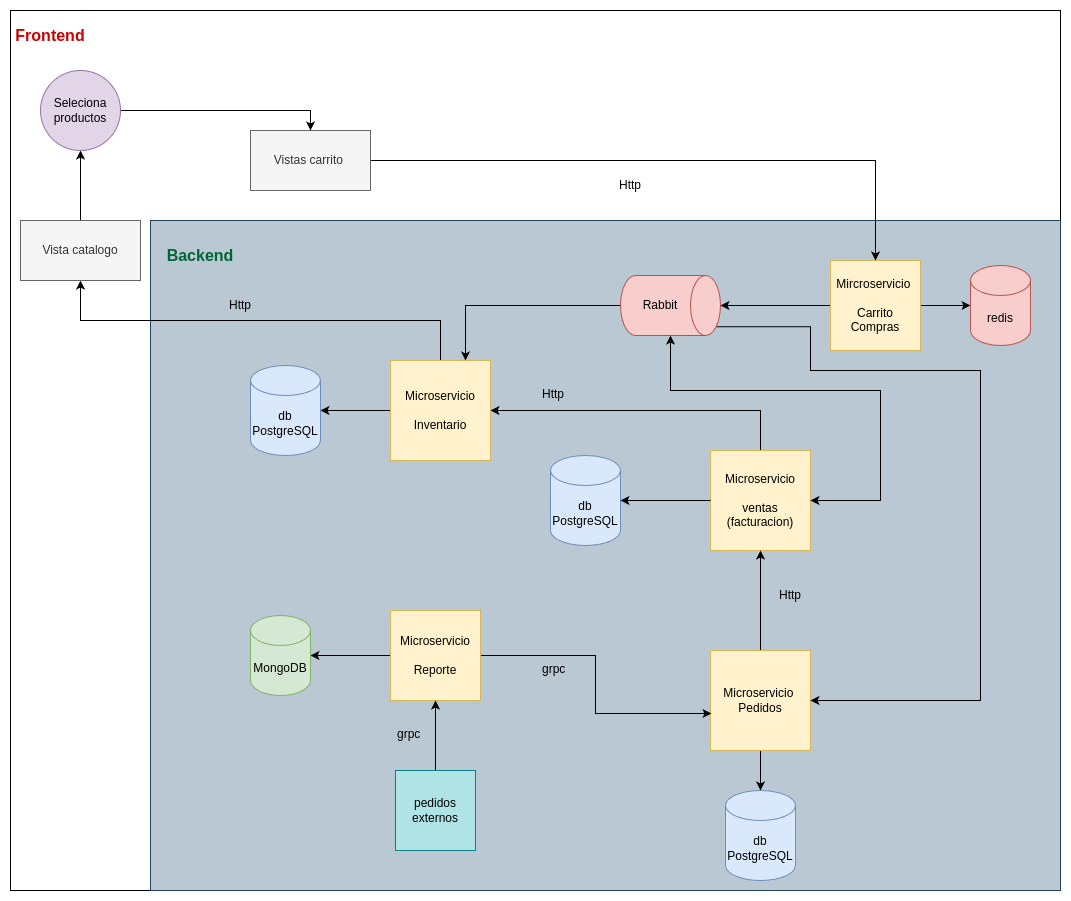
The draw.io diagram Diagramas/UML/Arquitectura/Arquitectura.png in Gilgamesh06/Ecommerce, before a commit. Source tidied: cells renumbered, new cells last; positions are measured from the earlier drawing's top-left corner, leaving out a move shared by most shapes.
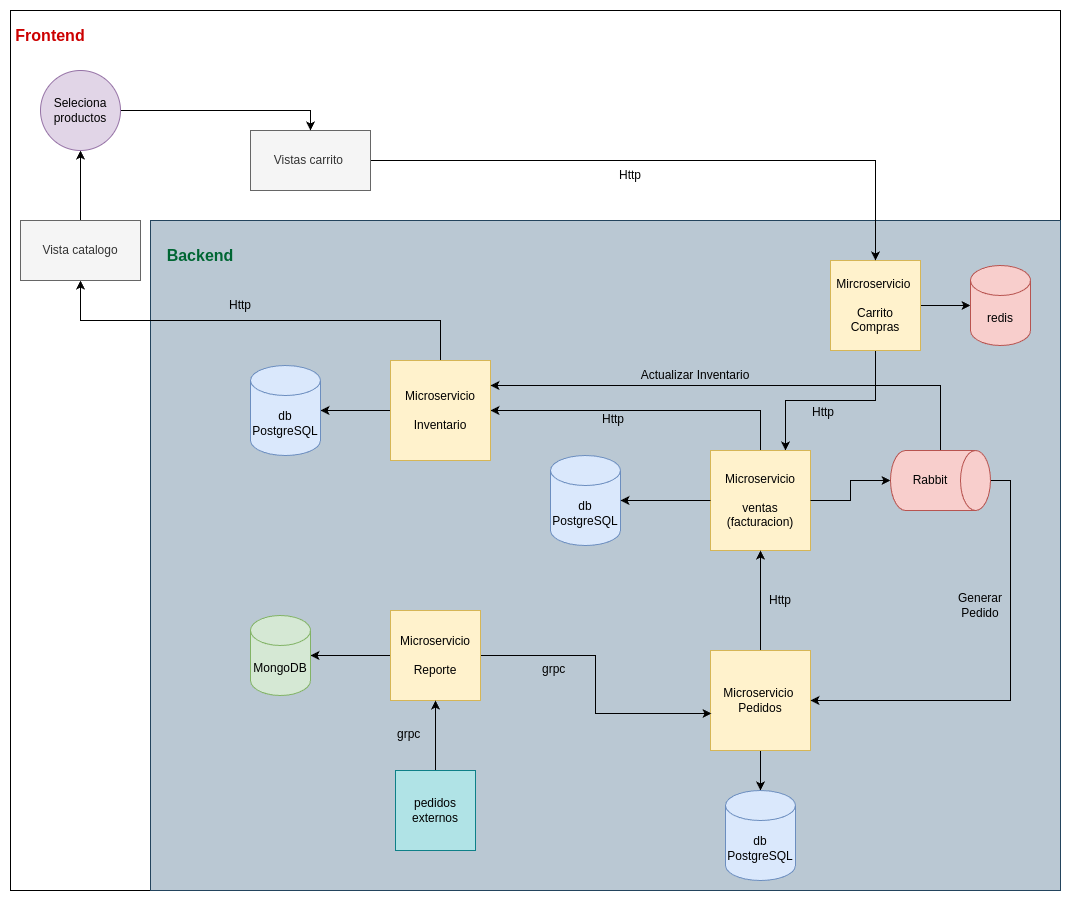
The same file after the commit.

Commit message:
Se agrego el diagrama db carrito y se actualizo el diagrama de arquitectura.

What changed in the source:
```diff
@@ -11,9 +11,9 @@
     <mxCell id="4" style="edgeStyle=orthogonalEdgeStyle;rounded=0;jettySize=auto;html=1;exitX=1;exitY=0.5;exitDx=0;exitDy=0;" parent="1" edge="1" source="6" target="19">
       <mxGeometry relative="1" as="geometry" />
     </mxCell>
-    <mxCell id="5" style="edgeStyle=orthogonalEdgeStyle;rounded=0;jettySize=auto;html=1;exitX=0;exitY=0.5;exitDx=0;exitDy=0;" parent="1" edge="1" source="6" target="29">
-      <mxGeometry relative="1" as="geometry" />
-    </mxCell>
+    <mxCell id="45" style="edgeStyle=orthogonalEdgeStyle;rounded=0;jettySize=auto;html=1;exitX=0.5;exitY=1;exitDx=0;exitDy=0;entryX=0.75;entryY=0;entryDx=0;entryDy=0;" parent="1" edge="1" source="6" target="8">
+      <mxGeometry relative="1" as="geometry" />
+    </mxCell>
     <mxCell id="6" value="Mircroservicio&amp;nbsp;&lt;div&gt;&lt;br&gt;&lt;/div&gt;&lt;div&gt;Carrito Compras&lt;/div&gt;" style="whiteSpace=wrap;html=1;fillColor=#fff2cc;strokeColor=#d6b656;" parent="1" vertex="1">
       <mxGeometry x="820" y="250" width="90" height="90" as="geometry" />
     </mxCell>
@@ -77,24 +77,17 @@
     <mxCell id="26" value="MongoDB" style="shape=cylinder3;whiteSpace=wrap;html=1;boundedLbl=1;backgroundOutline=1;size=15;fillColor=#d5e8d4;strokeColor=#82b366;" parent="1" vertex="1">
       <mxGeometry x="240" y="605" width="60" height="80" as="geometry" />
     </mxCell>
+    <mxCell id="28" style="edgeStyle=orthogonalEdgeStyle;rounded=0;jettySize=auto;html=1;exitX=0.5;exitY=0;exitDx=0;exitDy=0;exitPerimeter=0;entryX=1;entryY=0.5;entryDx=0;entryDy=0;" parent="1" edge="1" source="29" target="11">
+      <mxGeometry relative="1" as="geometry" />
+    </mxCell>
-    <mxCell id="27" style="edgeStyle=orthogonalEdgeStyle;rounded=0;jettySize=auto;html=1;exitX=0.5;exitY=1;exitDx=0;exitDy=0;exitPerimeter=0;entryX=0.75;entryY=0;entryDx=0;entryDy=0;" parent="1" edge="1" source="29" target="14">
+    <mxCell id="27" style="edgeStyle=orthogonalEdgeStyle;rounded=0;jettySize=auto;html=1;exitX=0;exitY=0.5;exitDx=0;exitDy=0;exitPerimeter=0;entryX=1;entryY=0.25;entryDx=0;entryDy=0;" parent="1" edge="1" source="29" target="14">
       <mxGeometry relative="1" as="geometry" />
     </mxCell>
-    <mxCell id="28" style="edgeStyle=orthogonalEdgeStyle;rounded=0;jettySize=auto;html=1;exitX=0.855;exitY=0;exitDx=0;exitDy=4.35;exitPerimeter=0;entryX=1;entryY=0.5;entryDx=0;entryDy=0;" parent="1" edge="1" source="29" target="11">
-      <mxGeometry relative="1" as="geometry">
-        <Array as="points">
-          <mxPoint x="800" y="316" />
-          <mxPoint x="800" y="360" />
-          <mxPoint x="970" y="360" />
-          <mxPoint x="970" y="690" />
-        </Array>
-      </mxGeometry>
-    </mxCell>
     <mxCell id="29" style="shape=cylinder3;whiteSpace=wrap;html=1;boundedLbl=1;backgroundOutline=1;size=15;rotation=90;fillColor=#f8cecc;strokeColor=#b85450;" parent="1" vertex="1">
-      <mxGeometry x="630" y="245" width="60" height="100" as="geometry" />
+      <mxGeometry x="900" y="420" width="60" height="100" as="geometry" />
     </mxCell>
     <mxCell id="30" value="Rabbit" style="text;html=1;align=center;verticalAlign=middle;whiteSpace=wrap;rounded=0;" parent="1" vertex="1">
-      <mxGeometry x="620" y="280" width="60" height="30" as="geometry" />
+      <mxGeometry x="890" y="455" width="60" height="30" as="geometry" />
     </mxCell>
     <mxCell id="31" style="edgeStyle=orthogonalEdgeStyle;rounded=0;jettySize=auto;html=1;exitX=0.5;exitY=0;exitDx=0;exitDy=0;entryX=0.5;entryY=1;entryDx=0;entryDy=0;" parent="1" edge="1" source="32" target="17">
       <mxGeometry relative="1" as="geometry" />
@@ -103,7 +96,7 @@
       <mxGeometry x="385" y="760" width="80" height="80" as="geometry" />
     </mxCell>
     <mxCell id="33" value="&lt;div style=&quot;text-align: center;&quot;&gt;&lt;span&gt;Http&lt;/span&gt;&lt;/div&gt;" style="text;whiteSpace=wrap;html=1;" parent="1" vertex="1">
-      <mxGeometry x="530" y="370" width="50" height="25" as="geometry" />
+      <mxGeometry x="590" y="395" width="50" height="25" as="geometry" />
     </mxCell>
     <mxCell id="34" value="&lt;span style=&quot;color: rgb(0, 0, 0); font-family: Helvetica; font-size: 12px; font-style: normal; font-variant-ligatures: normal; font-variant-caps: normal; font-weight: 400; letter-spacing: normal; orphans: 2; text-align: center; text-indent: 0px; text-transform: none; widows: 2; word-spacing: 0px; -webkit-text-stroke-width: 0px; white-space: normal; text-decoration-thickness: initial; text-decoration-style: initial; text-decoration-color: initial; float: none; display: inline !important;&quot;&gt;grpc&lt;/span&gt;" style="text;whiteSpace=wrap;html=1;" parent="1" vertex="1">
       <mxGeometry x="530" y="645" width="60" height="40" as="geometry" />
@@ -115,7 +108,7 @@
       <mxGeometry x="200" y="280" width="60" height="30" as="geometry" />
     </mxCell>
     <mxCell id="37" value="Http" style="text;html=1;align=center;verticalAlign=middle;whiteSpace=wrap;rounded=0;" parent="1" vertex="1">
-      <mxGeometry x="590" y="160" width="60" height="30" as="geometry" />
+      <mxGeometry x="590" y="150" width="60" height="30" as="geometry" />
     </mxCell>
     <mxCell id="38" value="db PostgreSQL" style="shape=cylinder3;whiteSpace=wrap;html=1;boundedLbl=1;backgroundOutline=1;size=15;fillColor=#dae8fc;strokeColor=#6c8ebf;" parent="1" vertex="1">
       <mxGeometry x="540" y="445" width="70" height="90" as="geometry" />
@@ -126,15 +119,6 @@
     <mxCell id="40" value="db PostgreSQL" style="shape=cylinder3;whiteSpace=wrap;html=1;boundedLbl=1;backgroundOutline=1;size=15;fillColor=#dae8fc;strokeColor=#6c8ebf;" parent="1" vertex="1">
       <mxGeometry x="715" y="780" width="70" height="90" as="geometry" />
     </mxCell>
-    <mxCell id="41" style="endArrow=classic;startArrow=classic;html=1;rounded=0;entryX=1;entryY=0.5;entryDx=0;entryDy=0;entryPerimeter=0;exitX=1;exitY=0.5;exitDx=0;exitDy=0;" parent="1" edge="1" source="8" target="29">
-      <mxGeometry relative="1" as="geometry">
-        <Array as="points">
-          <mxPoint x="870" y="490" />
-          <mxPoint x="870" y="380" />
-          <mxPoint x="660" y="380" />
-        </Array>
-      </mxGeometry>
-    </mxCell>
     <mxCell id="42" value="&lt;font style=&quot;font-size: 16px; color: rgb(0, 102, 51);&quot;&gt;&lt;b&gt;Backend&lt;/b&gt;&lt;/font&gt;" style="text;html=1;align=center;verticalAlign=middle;whiteSpace=wrap;rounded=0;" parent="1" vertex="1">
       <mxGeometry x="160" y="230" width="60" height="30" as="geometry" />
     </mxCell>
@@ -142,7 +126,19 @@
       <mxGeometry x="10" y="10" width="60" height="30" as="geometry" />
     </mxCell>
     <mxCell id="44" value="Http" style="text;html=1;align=center;verticalAlign=middle;whiteSpace=wrap;rounded=0;" parent="1" vertex="1">
-      <mxGeometry x="750" y="570" width="60" height="30" as="geometry" />
+      <mxGeometry x="740" y="575" width="60" height="30" as="geometry" />
     </mxCell>
+    <mxCell id="41" style="edgeStyle=orthogonalEdgeStyle;rounded=0;jettySize=auto;html=1;exitX=1;exitY=0.5;exitDx=0;exitDy=0;entryX=0.5;entryY=1;entryDx=0;entryDy=0;entryPerimeter=0;" parent="1" edge="1" source="8" target="29">
+      <mxGeometry relative="1" as="geometry" />
+    </mxCell>
+    <mxCell id="46" value="&lt;div style=&quot;text-align: center;&quot;&gt;&lt;span&gt;Http&lt;/span&gt;&lt;/div&gt;" style="text;whiteSpace=wrap;html=1;" parent="1" vertex="1">
+      <mxGeometry x="800" y="387.5" width="50" height="25" as="geometry" />
+    </mxCell>
+    <mxCell id="47" value="Actualizar Inventario" style="text;html=1;align=center;verticalAlign=middle;whiteSpace=wrap;rounded=0;" parent="1" vertex="1">
+      <mxGeometry x="620" y="350" width="130" height="30" as="geometry" />
+    </mxCell>
+    <mxCell id="48" value="Generar Pedido" style="text;html=1;align=center;verticalAlign=middle;whiteSpace=wrap;rounded=0;" parent="1" vertex="1">
+      <mxGeometry x="940" y="580" width="60" height="30" as="geometry" />
+    </mxCell>
   </root>
 </mxGraphModel>
```
